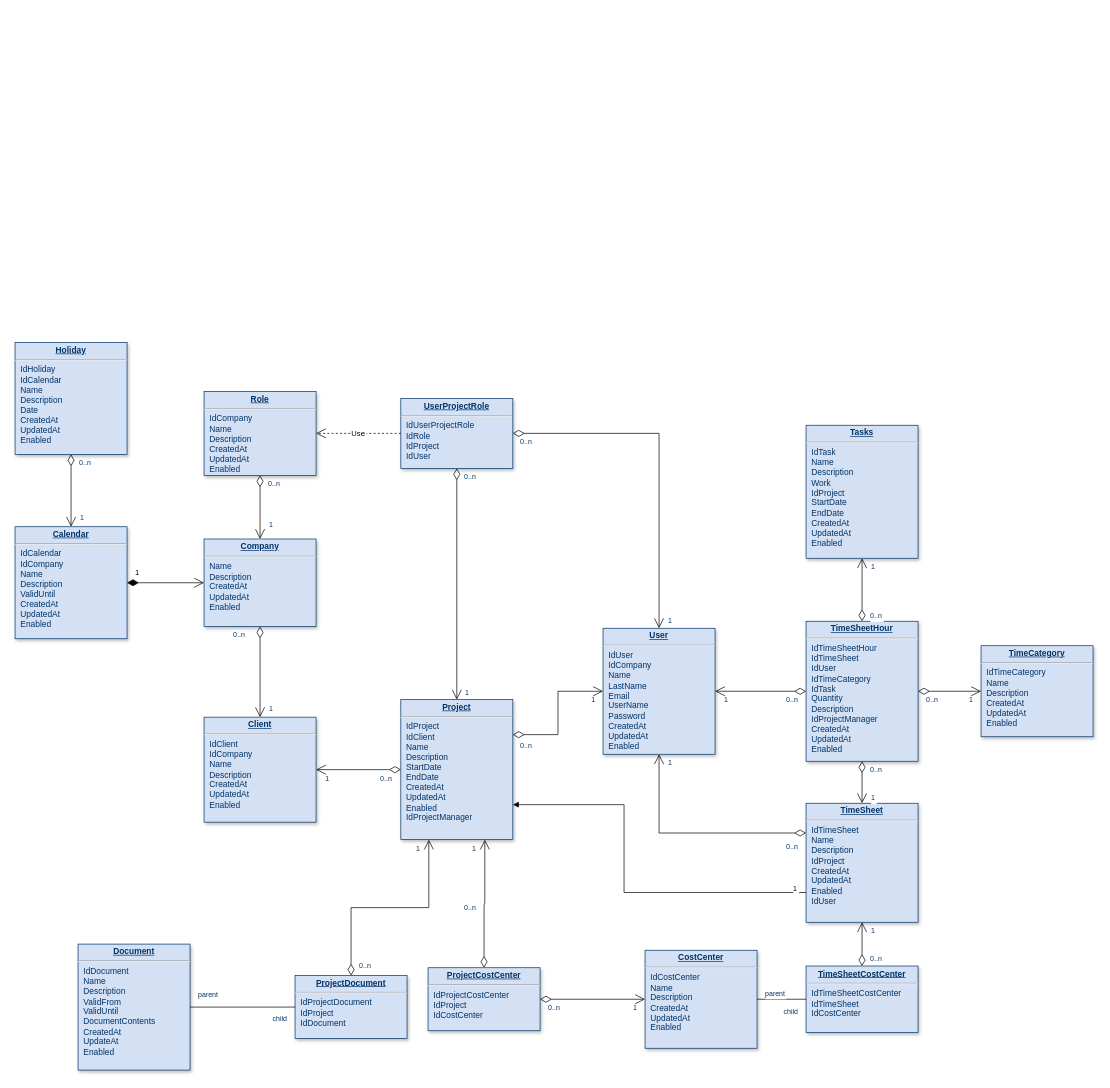
The draw.io diagram User Update Password.drawio in notariopablomarcelo/intermex, before the edit. Source tidied: cells renumbered, new cells numbered last; positions are measured from the earlier drawing's top-left corner, leaving out a move shared by most shapes. Both pictures are drawn from the tidied source at 70%, with x=0, y=0 at pixel (15, 342).
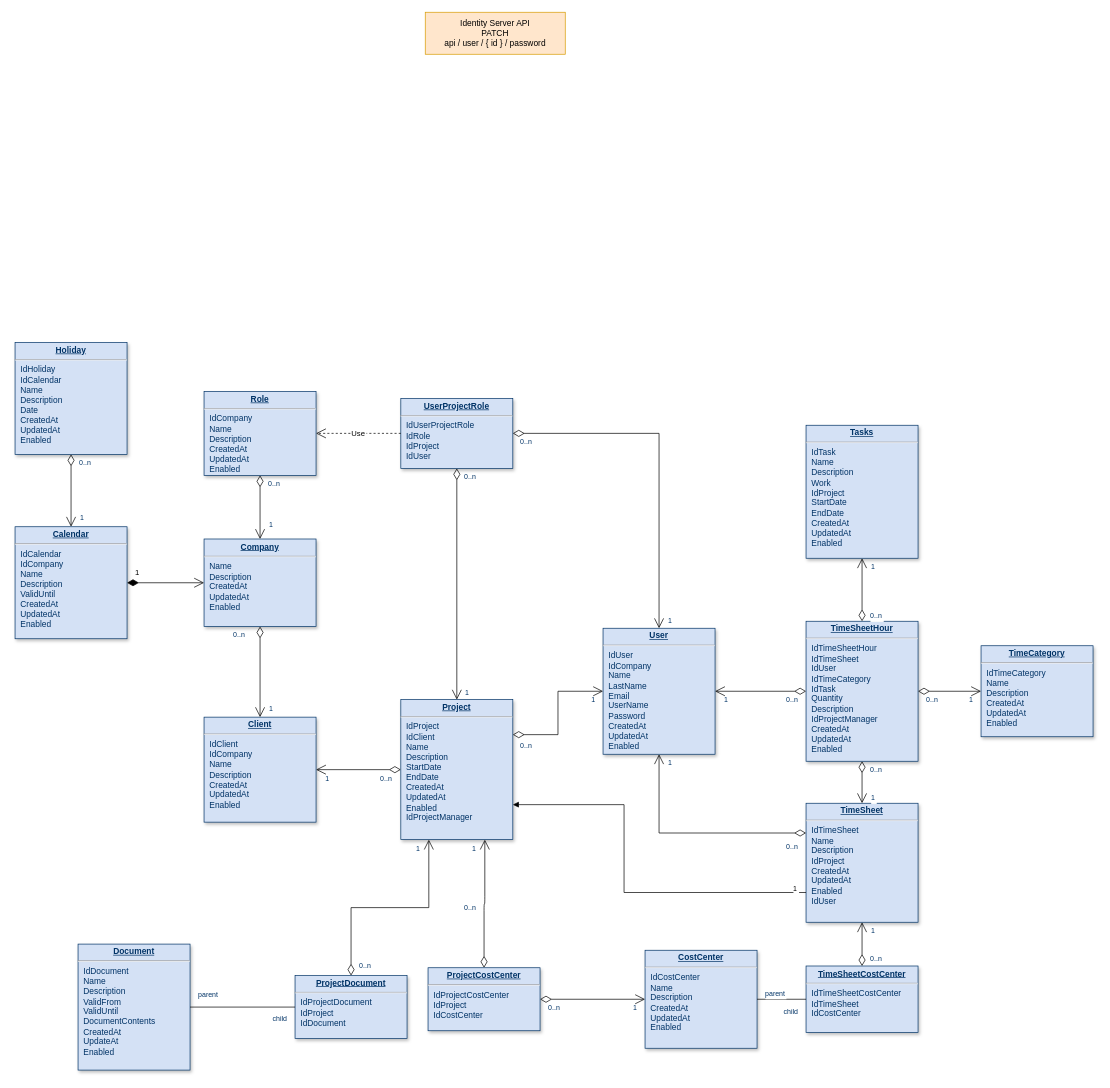
The same diagram, later.

What changed in the source:
```diff
@@
+    <mxCell id="77" value="Identity Server API&lt;br&gt;PATCH&lt;br&gt;api / user / { id } / password" style="rounded=0;whiteSpace=wrap;html=1;fillColor=#ffe6cc;strokeColor=#d79b00;" parent="1" vertex="1">
+      <mxGeometry x="586" y="-472" width="200" height="60" as="geometry" />
+    </mxCell>
```
